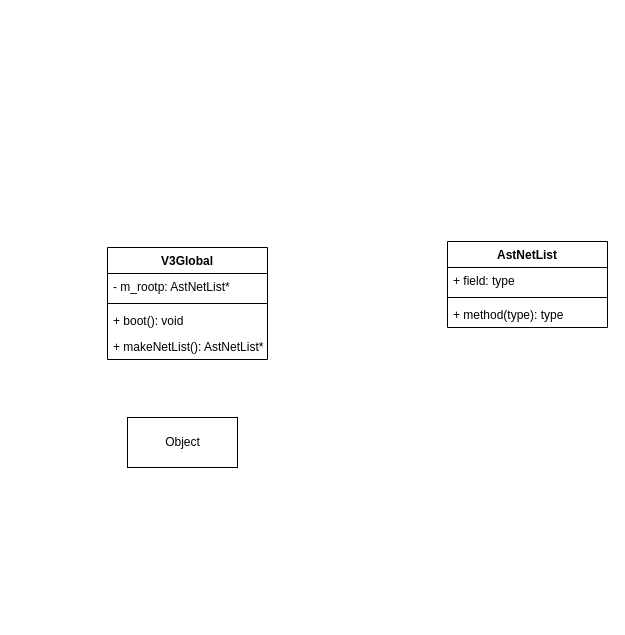
The draw.io diagram V3Global.drawio in Dercury/CLDK, before the edit. Source tidied: cells renumbered, new cells numbered last; positions are measured from the earlier drawing's top-left corner, leaving out a move shared by most shapes. Both pictures are drawn from the tidied source at 100%, with x=0, y=0 at pixel (107, 241).
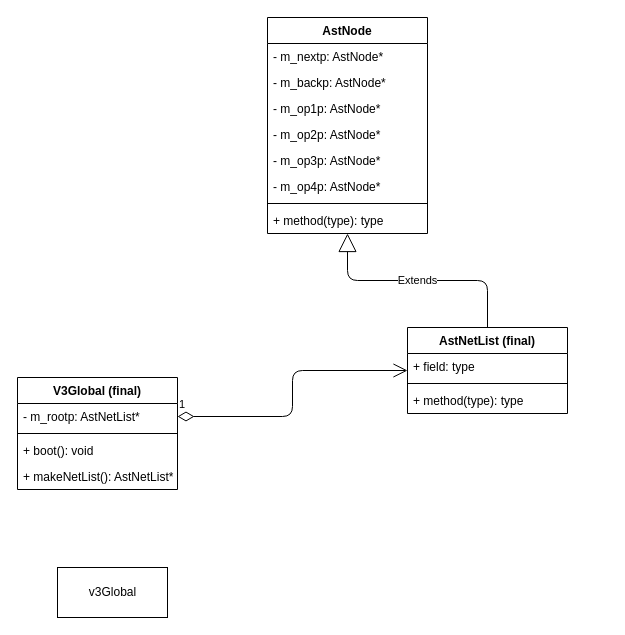
After the change.

The change refers to these unchanged cells:
```xml
<mxCell id="3" value="- m_rootp: AstNetList*" style="text;strokeColor=none;fillColor=none;align=left;verticalAlign=top;spacingLeft=4;spacingRight=4;overflow=hidden;points=[[0,0.5],[1,0.5]];portConstraint=eastwest;" parent="2" vertex="1">
  <mxGeometry y="26" width="160" height="26" as="geometry" />
</mxCell>
```

Change to the diagram source:
```diff
@@
-    <mxCell id="2" value="V3Global" style="swimlane;fontStyle=1;align=center;verticalAlign=top;horizontal=1;startSize=26;" parent="1" vertex="1">
-      <mxGeometry y="6" width="160" height="112" as="geometry" />
+    <mxCell id="2" value="V3Global (final)" style="swimlane;fontStyle=1;align=center;verticalAlign=top;horizontal=1;startSize=26;" parent="1" vertex="1">
+      <mxGeometry x="-90" y="136" width="160" height="112" as="geometry" />
     </mxCell>
@@
-    <mxCell id="7" value="Object" style="html=1;" parent="1" vertex="1">
-      <mxGeometry x="20" y="176" width="110" height="50" as="geometry" />
+    <mxCell id="7" value="v3Global" style="html=1;" parent="1" vertex="1">
+      <mxGeometry x="-50" y="326" width="110" height="50" as="geometry" />
     </mxCell>
-    <mxCell id="8" value="AstNetList" style="swimlane;fontStyle=1;align=center;verticalAlign=top;horizontal=1;startSize=26;" parent="1" vertex="1">
-      <mxGeometry x="340" width="160" height="86" as="geometry" />
+    <mxCell id="8" value="AstNetList (final)" style="swimlane;fontStyle=1;align=center;verticalAlign=top;horizontal=1;startSize=26;" parent="1" vertex="1">
+      <mxGeometry x="300" y="86" width="160" height="86" as="geometry" />
     </mxCell>
@@
+    <mxCell id="12" value="1" style="endArrow=open;html=1;endSize=12;startArrow=diamondThin;startSize=14;startFill=0;edgeStyle=orthogonalEdgeStyle;align=left;verticalAlign=bottom;" parent="1" edge="1" source="3" target="8">
+      <mxGeometry x="-1" y="3" relative="1" as="geometry" />
+    </mxCell>
+    <mxCell id="13" value="AstNode" style="swimlane;fontStyle=1;align=center;verticalAlign=top;horizontal=1;startSize=26;" parent="1" vertex="1">
+      <mxGeometry x="160" y="-224" width="160" height="216" as="geometry" />
+    </mxCell>
+    <mxCell id="14" value="- m_nextp: AstNode*" style="text;strokeColor=none;fillColor=none;align=left;verticalAlign=top;spacingLeft=4;spacingRight=4;overflow=hidden;" parent="13" vertex="1">
+      <mxGeometry y="26" width="160" height="26" as="geometry" />
+    </mxCell>
+    <mxCell id="15" value="- m_backp: AstNode*" style="text;strokeColor=none;fillColor=none;align=left;verticalAlign=top;spacingLeft=4;spacingRight=4;overflow=hidden;" parent="13" vertex="1">
+      <mxGeometry y="52" width="160" height="26" as="geometry" />
+    </mxCell>
+    <mxCell id="16" value="- m_op1p: AstNode*" style="text;strokeColor=none;fillColor=none;align=left;verticalAlign=top;spacingLeft=4;spacingRight=4;overflow=hidden;" parent="13" vertex="1">
+      <mxGeometry y="78" width="160" height="26" as="geometry" />
+    </mxCell>
+    <mxCell id="17" value="- m_op2p: AstNode*" style="text;strokeColor=none;fillColor=none;align=left;verticalAlign=top;spacingLeft=4;spacingRight=4;overflow=hidden;" parent="13" vertex="1">
+      <mxGeometry y="104" width="160" height="26" as="geometry" />
+    </mxCell>
+    <mxCell id="18" value="- m_op3p: AstNode*" style="text;strokeColor=none;fillColor=none;align=left;verticalAlign=top;spacingLeft=4;spacingRight=4;overflow=hidden;" parent="13" vertex="1">
+      <mxGeometry y="130" width="160" height="26" as="geometry" />
+    </mxCell>
+    <mxCell id="19" value="- m_op4p: AstNode*" style="text;strokeColor=none;fillColor=none;align=left;verticalAlign=top;spacingLeft=4;spacingRight=4;overflow=hidden;" parent="13" vertex="1">
+      <mxGeometry y="156" width="160" height="26" as="geometry" />
+    </mxCell>
+    <mxCell id="20" style="line;strokeWidth=1;fillColor=none;align=left;verticalAlign=middle;spacingTop=-1;spacingLeft=3;spacingRight=3;labelPosition=right;" parent="13" vertex="1">
+      <mxGeometry y="182" width="160" height="8" as="geometry" />
+    </mxCell>
+    <mxCell id="21" value="+ method(type): type" style="text;strokeColor=none;fillColor=none;align=left;verticalAlign=top;spacingLeft=4;spacingRight=4;overflow=hidden;" parent="13" vertex="1">
+      <mxGeometry y="190" width="160" height="26" as="geometry" />
+    </mxCell>
+    <mxCell id="22" value="Extends" style="endArrow=block;endSize=16;endFill=0;html=1;edgeStyle=orthogonalEdgeStyle;" parent="1" edge="1" source="8" target="13">
+      <mxGeometry relative="1" as="geometry" />
+    </mxCell>
```
